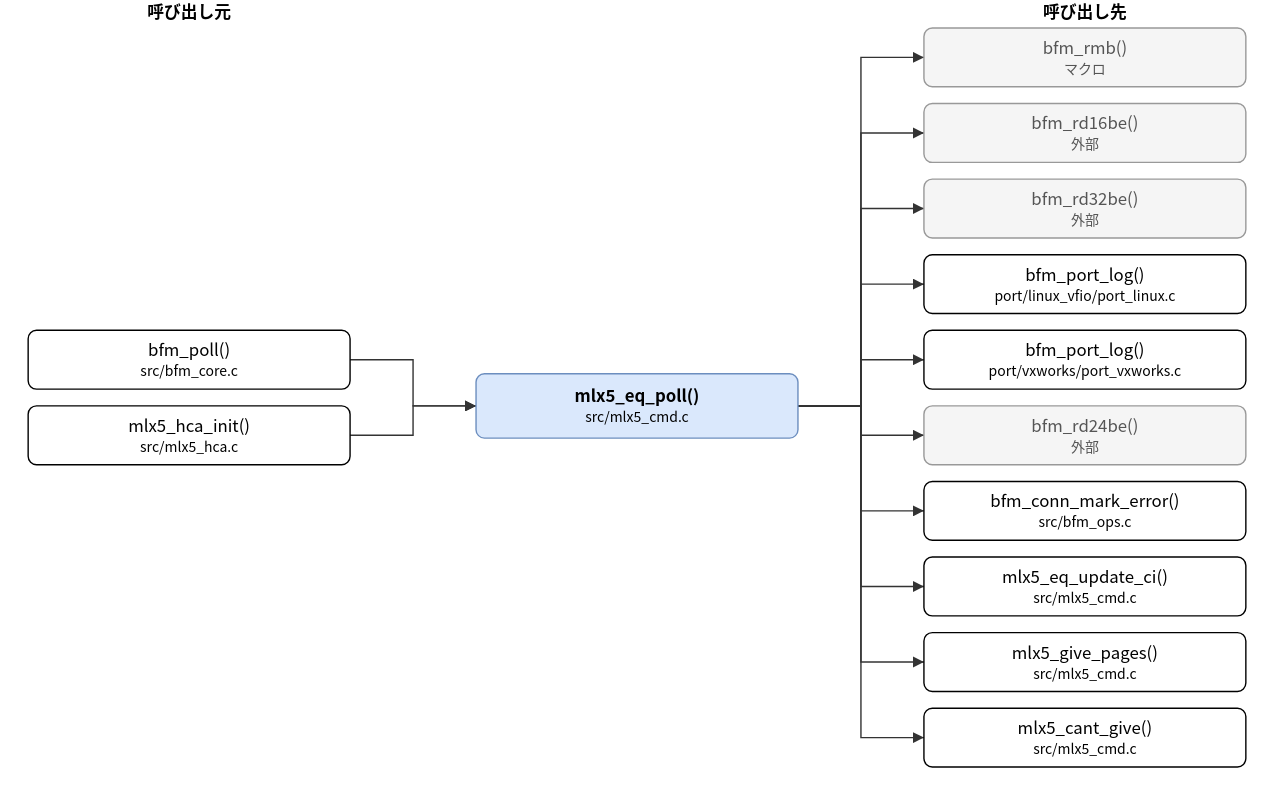
Before: doc/spec/images/call_src_mlx5_cmd-mlx5_eq_poll.drawio.svg, a diagram exported from draw.io (hf355051012-ai/bfmem). Source tidied: cells renumbered, new cells last; positions are measured from the earlier drawing's top-left corner, leaving out a move shared by most shapes.
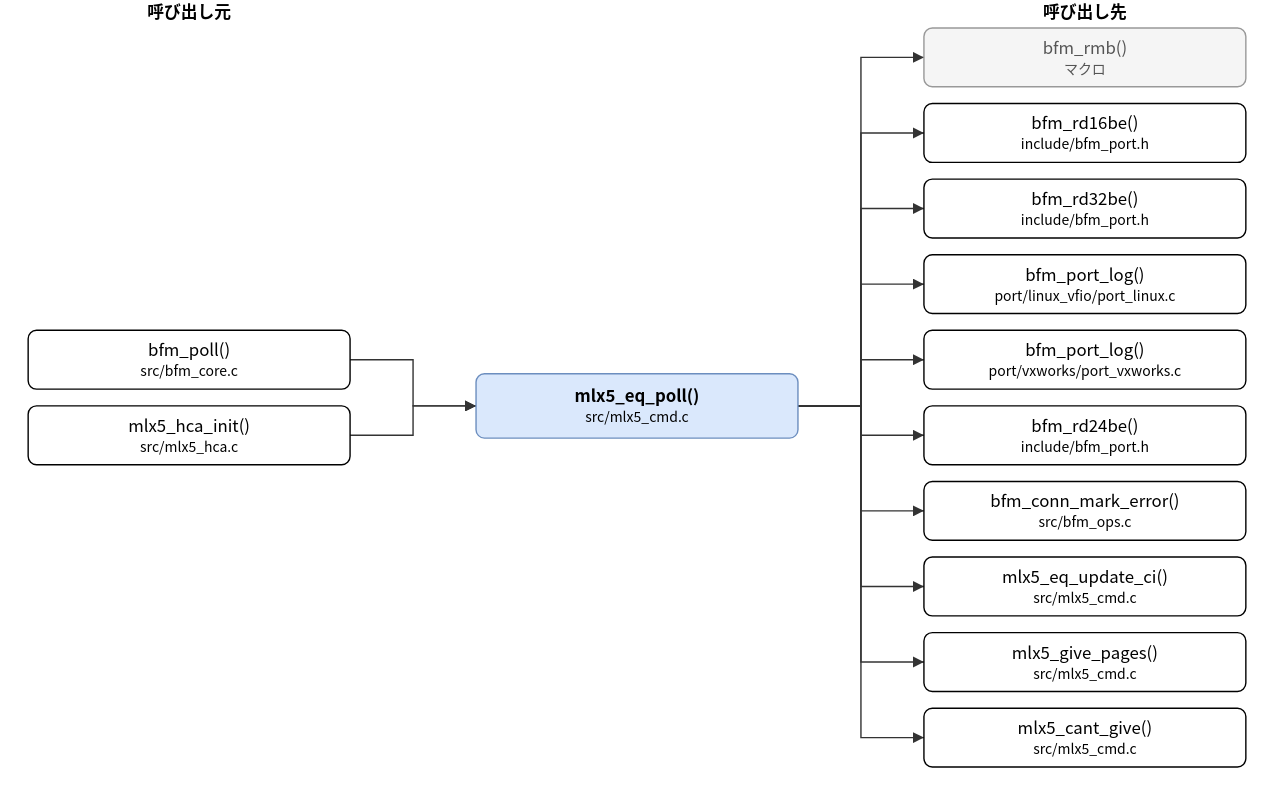
The same file after the commit.

What changed in the source:
```diff
@@ -14,10 +14,10 @@
     <mxCell id="5" value="bfm_rmb()&lt;br&gt;&lt;font style=&quot;font-size:10px&quot;&gt;マクロ&lt;/font&gt;" style="rounded=1;whiteSpace=wrap;html=1;fillColor=#f5f5f5;strokeColor=#999999;fontColor=#555555;" parent="1" vertex="1">
       <mxGeometry x="640" y="20" width="230" height="42" as="geometry" />
     </mxCell>
-    <mxCell id="6" value="bfm_rd16be()&lt;br&gt;&lt;font style=&quot;font-size:10px&quot;&gt;外部&lt;/font&gt;" style="rounded=1;whiteSpace=wrap;html=1;fillColor=#f5f5f5;strokeColor=#999999;fontColor=#555555;" parent="1" vertex="1">
+    <mxCell id="6" value="bfm_rd16be()&lt;br&gt;&lt;font style=&quot;font-size:10px&quot;&gt;include/bfm_port.h&lt;/font&gt;" style="rounded=1;whiteSpace=wrap;html=1;" parent="1" vertex="1">
       <mxGeometry x="640" y="74" width="230" height="42" as="geometry" />
     </mxCell>
-    <mxCell id="7" value="bfm_rd32be()&lt;br&gt;&lt;font style=&quot;font-size:10px&quot;&gt;外部&lt;/font&gt;" style="rounded=1;whiteSpace=wrap;html=1;fillColor=#f5f5f5;strokeColor=#999999;fontColor=#555555;" parent="1" vertex="1">
+    <mxCell id="7" value="bfm_rd32be()&lt;br&gt;&lt;font style=&quot;font-size:10px&quot;&gt;include/bfm_port.h&lt;/font&gt;" style="rounded=1;whiteSpace=wrap;html=1;" parent="1" vertex="1">
       <mxGeometry x="640" y="128" width="230" height="42" as="geometry" />
     </mxCell>
     <mxCell id="8" value="bfm_port_log()&lt;br&gt;&lt;font style=&quot;font-size:10px&quot;&gt;port/linux_vfio/port_linux.c&lt;/font&gt;" style="rounded=1;whiteSpace=wrap;html=1;" parent="1" vertex="1">
@@ -26,7 +26,7 @@
     <mxCell id="9" value="bfm_port_log()&lt;br&gt;&lt;font style=&quot;font-size:10px&quot;&gt;port/vxworks/port_vxworks.c&lt;/font&gt;" style="rounded=1;whiteSpace=wrap;html=1;" parent="1" vertex="1">
       <mxGeometry x="640" y="236" width="230" height="42" as="geometry" />
     </mxCell>
-    <mxCell id="10" value="bfm_rd24be()&lt;br&gt;&lt;font style=&quot;font-size:10px&quot;&gt;外部&lt;/font&gt;" style="rounded=1;whiteSpace=wrap;html=1;fillColor=#f5f5f5;strokeColor=#999999;fontColor=#555555;" parent="1" vertex="1">
+    <mxCell id="10" value="bfm_rd24be()&lt;br&gt;&lt;font style=&quot;font-size:10px&quot;&gt;include/bfm_port.h&lt;/font&gt;" style="rounded=1;whiteSpace=wrap;html=1;" parent="1" vertex="1">
       <mxGeometry x="640" y="290" width="230" height="42" as="geometry" />
     </mxCell>
     <mxCell id="11" value="bfm_conn_mark_error()&lt;br&gt;&lt;font style=&quot;font-size:10px&quot;&gt;src/bfm_ops.c&lt;/font&gt;" style="rounded=1;whiteSpace=wrap;html=1;" parent="1" vertex="1">
```
